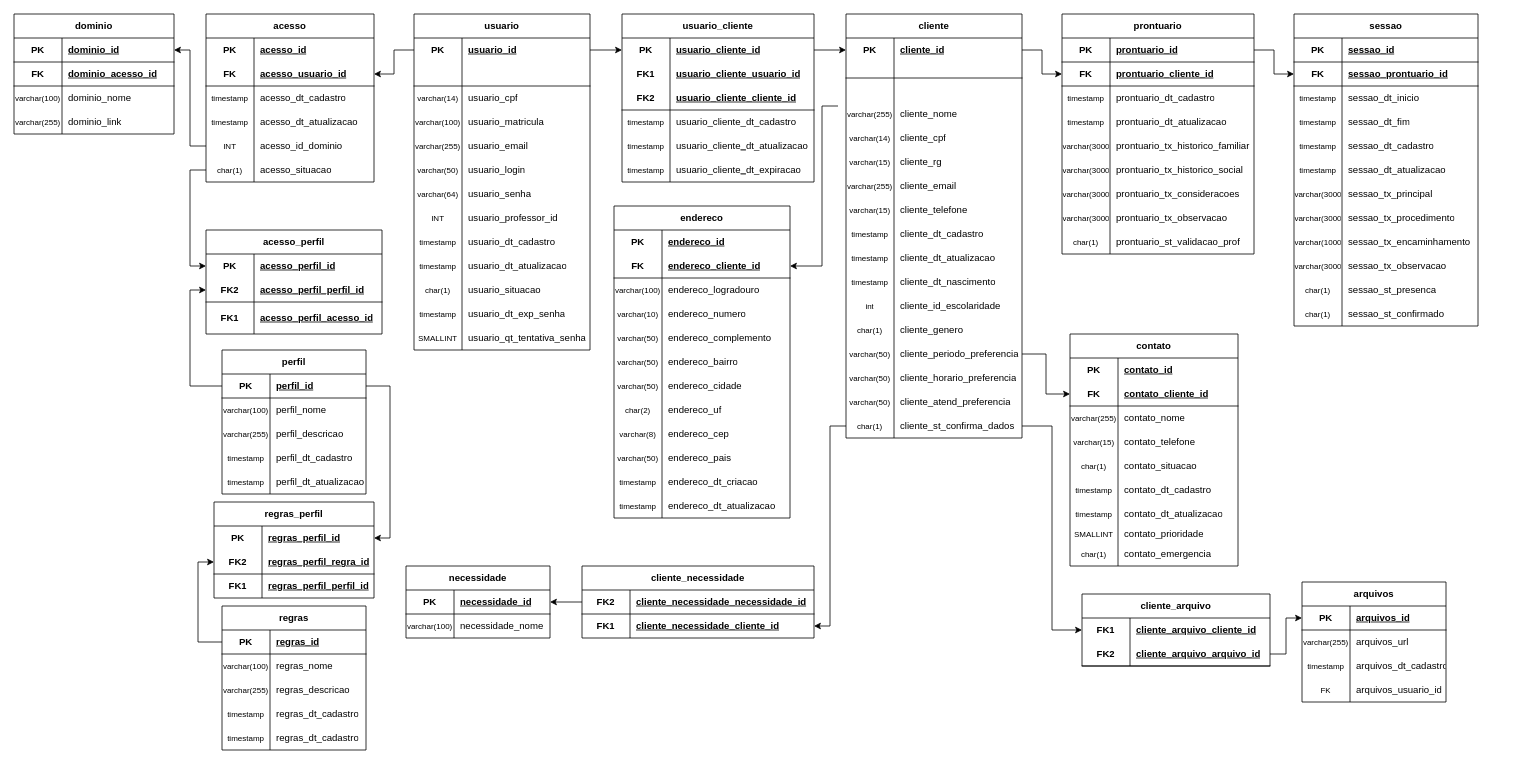
Before: MER DB/MER A3 Banco de dados V.final.drawio in gustavo-gm-dev/unimind-app, a draw.io diagram. Source tidied: cells renumbered, new cells numbered last; positions are measured from the earlier drawing's top-left corner, leaving out a move shared by most shapes. Both pictures are drawn from the tidied source at 80%, with x=0, y=0 at pixel (14, 14).
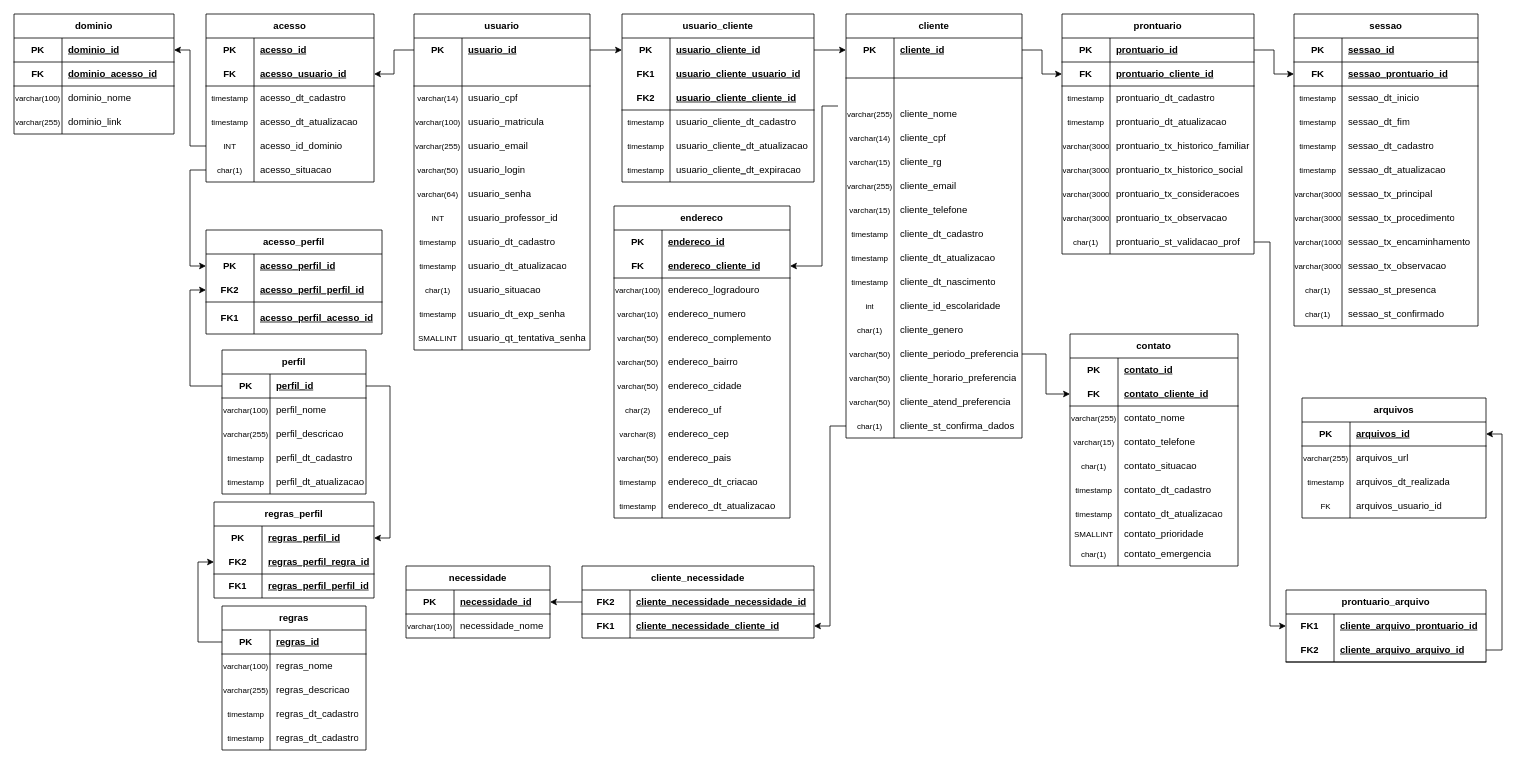
After the change.

Unchanged cells that the change refers to:
```xml
<mxCell id="256" style="shape=tableRow;horizontal=0;startSize=0;swimlaneHead=0;swimlaneBody=0;fillColor=none;points=[[0,0.5],[1,0.5]];portConstraint=eastwest;top=0;left=0;right=0;bottom=0;html=1;" parent="231" vertex="1">
  <mxGeometry y="270" width="240" height="30" as="geometry" />
</mxCell>
<mxCell id="368" style="shape=tableRow;horizontal=0;startSize=0;swimlaneHead=0;swimlaneBody=0;fillColor=none;points=[[0,0.5],[1,0.5]];portConstraint=eastwest;top=0;left=0;right=0;bottom=0;html=1;" parent="319" vertex="1">
  <mxGeometry y="500" width="220" height="30" as="geometry" />
</mxCell>
```

Diff of the diagram source:
```diff
@@
     <mxCell id="71" value="arquivos" style="shape=table;startSize=30;childLayout=tableLayout;rowLines=0;fontStyle=1;align=center;html=1;whiteSpace=wrap;" parent="1" vertex="1">
-      <mxGeometry x="1610" y="710" width="180" height="150" as="geometry" />
+      <mxGeometry x="1610" y="480" width="230" height="150" as="geometry" />
     </mxCell>
     <mxCell id="72" style="shape=tableRow;horizontal=0;startSize=0;swimlaneHead=0;swimlaneBody=0;fillColor=none;points=[[0,0.5],[1,0.5]];portConstraint=eastwest;top=0;left=0;right=0;bottom=1;html=1;" parent="71" vertex="1">
-      <mxGeometry y="30" width="180" height="30" as="geometry" />
+      <mxGeometry y="30" width="230" height="30" as="geometry" />
     </mxCell>
@@
     <mxCell id="74" value="arquivos_id" style="shape=partialRectangle;fillColor=none;top=0;left=0;bottom=0;right=0;align=left;spacingLeft=6;fontStyle=5;overflow=hidden;html=1;whiteSpace=wrap;" parent="72" vertex="1">
-      <mxGeometry x="60" width="120" height="30" as="geometry" />
+      <mxGeometry x="60" width="170" height="30" as="geometry" />
     </mxCell>
     <mxCell id="75" style="shape=tableRow;horizontal=0;startSize=0;swimlaneHead=0;swimlaneBody=0;fillColor=none;top=0;left=0;right=0;bottom=0;html=1;" parent="71" vertex="1">
-      <mxGeometry y="60" width="180" height="30" as="geometry" />
+      <mxGeometry y="60" width="230" height="30" as="geometry" />
     </mxCell>
@@
     <mxCell id="77" value="arquivos_url" style="shape=partialRectangle;fillColor=none;top=0;left=0;bottom=0;right=0;align=left;spacingLeft=6;overflow=hidden;html=1;whiteSpace=wrap;" parent="75" vertex="1">
-      <mxGeometry x="60" width="120" height="30" as="geometry" />
+      <mxGeometry x="60" width="170" height="30" as="geometry" />
     </mxCell>
     <mxCell id="78" style="shape=tableRow;horizontal=0;startSize=0;swimlaneHead=0;swimlaneBody=0;fillColor=none;top=0;left=0;right=0;bottom=0;html=1;" parent="71" vertex="1">
-      <mxGeometry y="90" width="180" height="30" as="geometry" />
+      <mxGeometry y="90" width="230" height="30" as="geometry" />
     </mxCell>
@@
-    <mxCell id="80" value="arquivos_dt_cadastro" style="shape=partialRectangle;fillColor=none;top=0;left=0;bottom=0;right=0;align=left;spacingLeft=6;overflow=hidden;html=1;whiteSpace=wrap;" parent="78" vertex="1">
-      <mxGeometry x="60" width="120" height="30" as="geometry" />
+    <mxCell id="80" value="arquivos_dt_realizada" style="shape=partialRectangle;fillColor=none;top=0;left=0;bottom=0;right=0;align=left;spacingLeft=6;overflow=hidden;html=1;whiteSpace=wrap;" parent="78" vertex="1">
+      <mxGeometry x="60" width="170" height="30" as="geometry" />
     </mxCell>
     <mxCell id="81" style="shape=tableRow;horizontal=0;startSize=0;swimlaneHead=0;swimlaneBody=0;fillColor=none;top=0;left=0;right=0;bottom=0;html=1;" parent="71" vertex="1">
-      <mxGeometry y="120" width="180" height="30" as="geometry" />
+      <mxGeometry y="120" width="230" height="30" as="geometry" />
     </mxCell>
@@
     <mxCell id="83" value="arquivos_usuario_id" style="shape=partialRectangle;fillColor=none;top=0;left=0;bottom=0;right=0;align=left;spacingLeft=6;overflow=hidden;html=1;whiteSpace=wrap;" parent="81" vertex="1">
-      <mxGeometry x="60" width="120" height="30" as="geometry" />
+      <mxGeometry x="60" width="170" height="30" as="geometry" />
     </mxCell>
-    <mxCell id="84" value="cliente_arquivo" style="shape=table;startSize=30;childLayout=tableLayout;rowLines=0;fontStyle=1;align=center;html=1;whiteSpace=wrap;" parent="1" vertex="1">
-      <mxGeometry x="1335" y="725" width="235" height="90" as="geometry" />
+    <mxCell id="84" value="prontuario_arquivo" style="shape=table;startSize=30;childLayout=tableLayout;rowLines=0;fontStyle=1;align=center;html=1;whiteSpace=wrap;" parent="1" vertex="1">
+      <mxGeometry x="1590" y="720" width="250" height="90" as="geometry" />
     </mxCell>
     <mxCell id="85" style="shape=tableRow;horizontal=0;startSize=0;swimlaneHead=0;swimlaneBody=0;fillColor=none;points=[[0,0.5],[1,0.5]];portConstraint=eastwest;top=0;left=0;right=0;bottom=0;html=1;" parent="84" vertex="1">
-      <mxGeometry y="30" width="235" height="30" as="geometry" />
+      <mxGeometry y="30" width="250" height="30" as="geometry" />
     </mxCell>
@@
-    <mxCell id="87" value="cliente_arquivo_cliente_id" style="shape=partialRectangle;fillColor=none;top=0;left=0;bottom=0;right=0;align=left;spacingLeft=6;fontStyle=5;overflow=hidden;html=1;whiteSpace=wrap;" parent="85" vertex="1">
-      <mxGeometry x="60" width="175" height="30" as="geometry" />
+    <mxCell id="87" value="cliente_arquivo_prontuario&lt;span style=&quot;background-color: initial;&quot;&gt;_id&lt;/span&gt;" style="shape=partialRectangle;fillColor=none;top=0;left=0;bottom=0;right=0;align=left;spacingLeft=6;fontStyle=5;overflow=hidden;html=1;whiteSpace=wrap;" parent="85" vertex="1">
+      <mxGeometry x="60" width="190" height="30" as="geometry" />
     </mxCell>
     <mxCell id="88" style="shape=tableRow;horizontal=0;startSize=0;swimlaneHead=0;swimlaneBody=0;fillColor=none;points=[[0,0.5],[1,0.5]];portConstraint=eastwest;top=0;left=0;right=0;bottom=1;html=1;" parent="84" vertex="1">
-      <mxGeometry y="60" width="235" height="30" as="geometry" />
+      <mxGeometry y="60" width="250" height="30" as="geometry" />
     </mxCell>
@@
     <mxCell id="90" value="cliente_arquivo_arquivo_id" style="shape=partialRectangle;fillColor=none;top=0;left=0;bottom=0;right=0;align=left;spacingLeft=6;fontStyle=5;overflow=hidden;html=1;whiteSpace=wrap;" parent="88" vertex="1">
-      <mxGeometry x="60" width="175" height="30" as="geometry" />
+      <mxGeometry x="60" width="190" height="30" as="geometry" />
     </mxCell>
@@
-    <mxCell id="202" style="edgeStyle=orthogonalEdgeStyle;rounded=0;jettySize=auto;html=1;exitX=1;exitY=0.5;exitDx=0;exitDy=0;entryX=0;entryY=0.5;entryDx=0;entryDy=0;" parent="1" edge="1" source="88" target="72">
-      <mxGeometry relative="1" as="geometry" />
-    </mxCell>
@@
-    <mxCell id="375" style="edgeStyle=orthogonalEdgeStyle;rounded=0;jettySize=auto;html=1;exitX=1;exitY=0.5;exitDx=0;exitDy=0;entryX=0;entryY=0.5;entryDx=0;entryDy=0;" parent="1" edge="1" source="368" target="85">
+    <mxCell id="375" style="edgeStyle=orthogonalEdgeStyle;rounded=0;jettySize=auto;html=1;exitX=1;exitY=0.5;exitDx=0;exitDy=0;entryX=0;entryY=0.5;entryDx=0;entryDy=0;" parent="1" edge="1" source="256" target="85">
       <mxGeometry relative="1" as="geometry" />
     </mxCell>
@@
+    <mxCell id="202" style="edgeStyle=orthogonalEdgeStyle;rounded=0;jettySize=auto;html=1;exitX=1;exitY=0.5;exitDx=0;exitDy=0;entryX=1;entryY=0.5;entryDx=0;entryDy=0;" parent="1" edge="1" source="88" target="72">
+      <mxGeometry relative="1" as="geometry" />
+    </mxCell>
```
